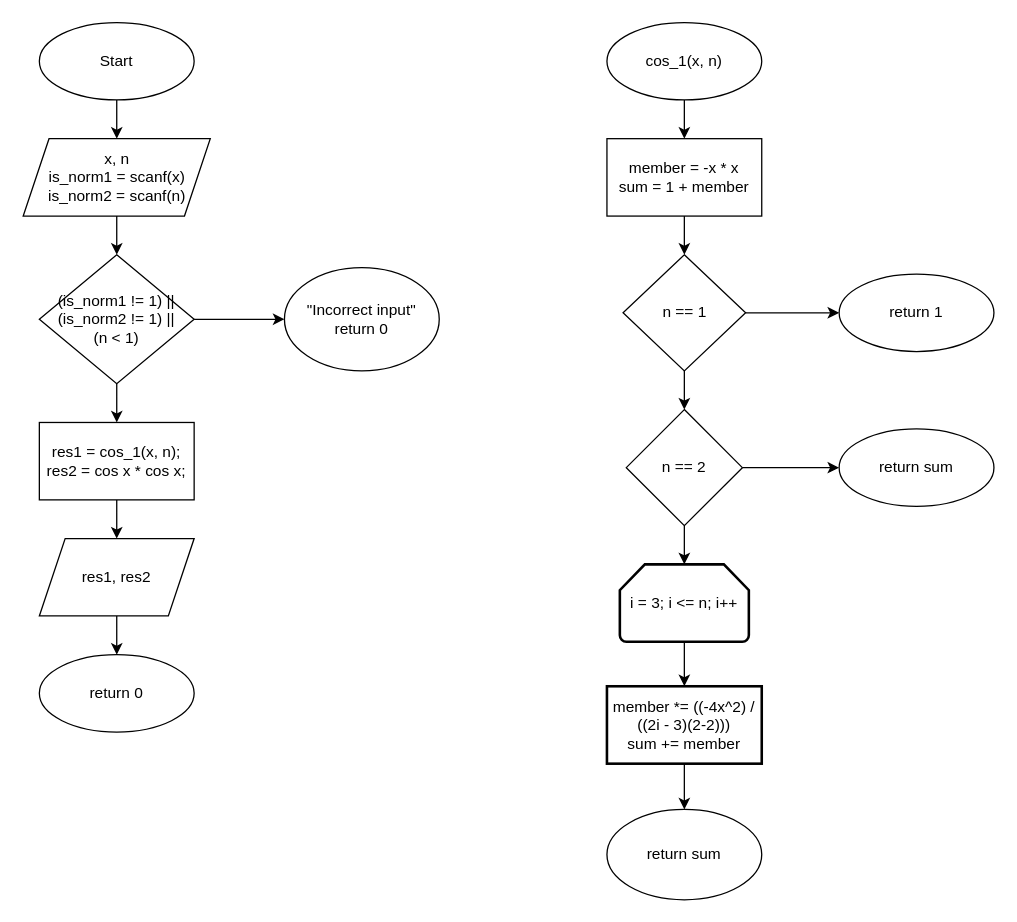
Before: labs/lab2/lab2.drawio in Glebins/mephi_labs, a draw.io diagram. Source tidied: cells renumbered, new cells numbered last; positions are measured from the earlier drawing's top-left corner, leaving out a move shared by most shapes. Both pictures are drawn from the tidied source at 129%, with x=0, y=0 at pixel (23, 22).
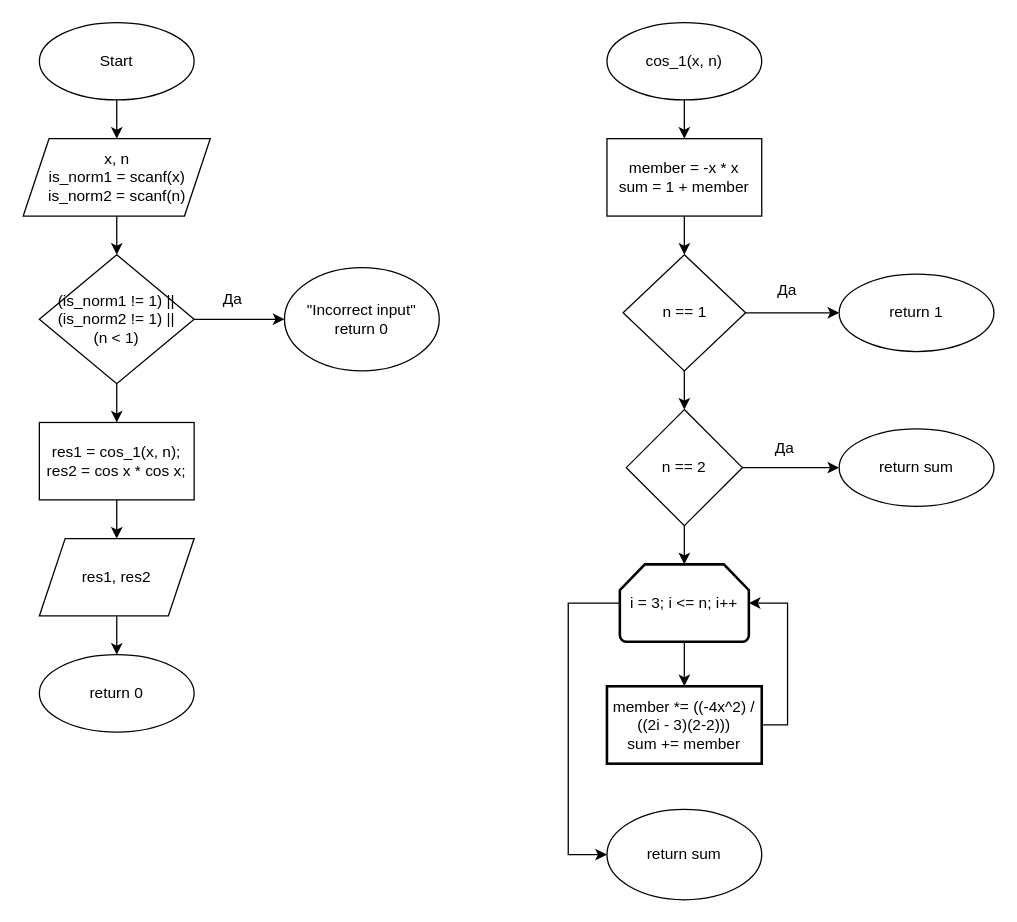
The same page after the edit.

The change refers to these unchanged cells:
```xml
<mxCell id="28" value="i = 3; i &amp;lt;= n; i++" style="strokeWidth=2;html=1;shape=mxgraph.flowchart.loop_limit;whiteSpace=wrap;" parent="1" vertex="1">
  <mxGeometry x="462" y="420" width="100" height="60" as="geometry" />
</mxCell>
<mxCell id="30" value="member *= ((-4x^2) / ((2i - 3)(2-2)))&lt;br&gt;sum += member" style="whiteSpace=wrap;html=1;strokeWidth=2;" parent="1" vertex="1">
  <mxGeometry x="452" y="514.5" width="120" height="60" as="geometry" />
</mxCell>
<mxCell id="31" value="return sum" style="ellipse;whiteSpace=wrap;html=1;" parent="1" vertex="1">
  <mxGeometry x="452" y="610" width="120" height="70" as="geometry" />
</mxCell>
```

What changed in the source:
```diff
@@
+    <mxCell id="32" style="edgeStyle=orthogonalEdgeStyle;rounded=0;jettySize=auto;html=1;exitX=0;exitY=0.5;exitDx=0;exitDy=0;exitPerimeter=0;entryX=0;entryY=0.5;entryDx=0;entryDy=0;" parent="1" edge="1" source="28" target="31">
+      <mxGeometry relative="1" as="geometry">
+        <Array as="points">
+          <mxPoint x="422" y="450" />
+          <mxPoint x="422" y="645" />
+        </Array>
+      </mxGeometry>
+    </mxCell>
@@
-    <mxCell id="29" style="edgeStyle=orthogonalEdgeStyle;rounded=0;jettySize=auto;html=1;" parent="1" edge="1" source="30">
-      <mxGeometry relative="1" as="geometry">
-        <mxPoint x="512" y="610" as="targetPoint" />
-      </mxGeometry>
-    </mxCell>
+    <mxCell id="33" style="edgeStyle=orthogonalEdgeStyle;rounded=0;jettySize=auto;html=1;exitX=1;exitY=0.5;exitDx=0;exitDy=0;entryX=1;entryY=0.5;entryDx=0;entryDy=0;entryPerimeter=0;" parent="1" edge="1" source="30" target="28">
+      <mxGeometry relative="1" as="geometry" />
+    </mxCell>
@@
+    <mxCell id="34" value="Да" style="text;html=1;strokeColor=none;fillColor=none;align=center;verticalAlign=middle;whiteSpace=wrap;rounded=0;" parent="1" vertex="1">
+      <mxGeometry x="132" y="200" width="60" height="30" as="geometry" />
+    </mxCell>
+    <mxCell id="35" value="Да" style="text;html=1;strokeColor=none;fillColor=none;align=center;verticalAlign=middle;whiteSpace=wrap;rounded=0;" parent="1" vertex="1">
+      <mxGeometry x="562" y="190" width="60" height="35" as="geometry" />
+    </mxCell>
+    <mxCell id="36" value="Да" style="text;html=1;strokeColor=none;fillColor=none;align=center;verticalAlign=middle;whiteSpace=wrap;rounded=0;" parent="1" vertex="1">
+      <mxGeometry x="559.5" y="315" width="60" height="30" as="geometry" />
+    </mxCell>
```
